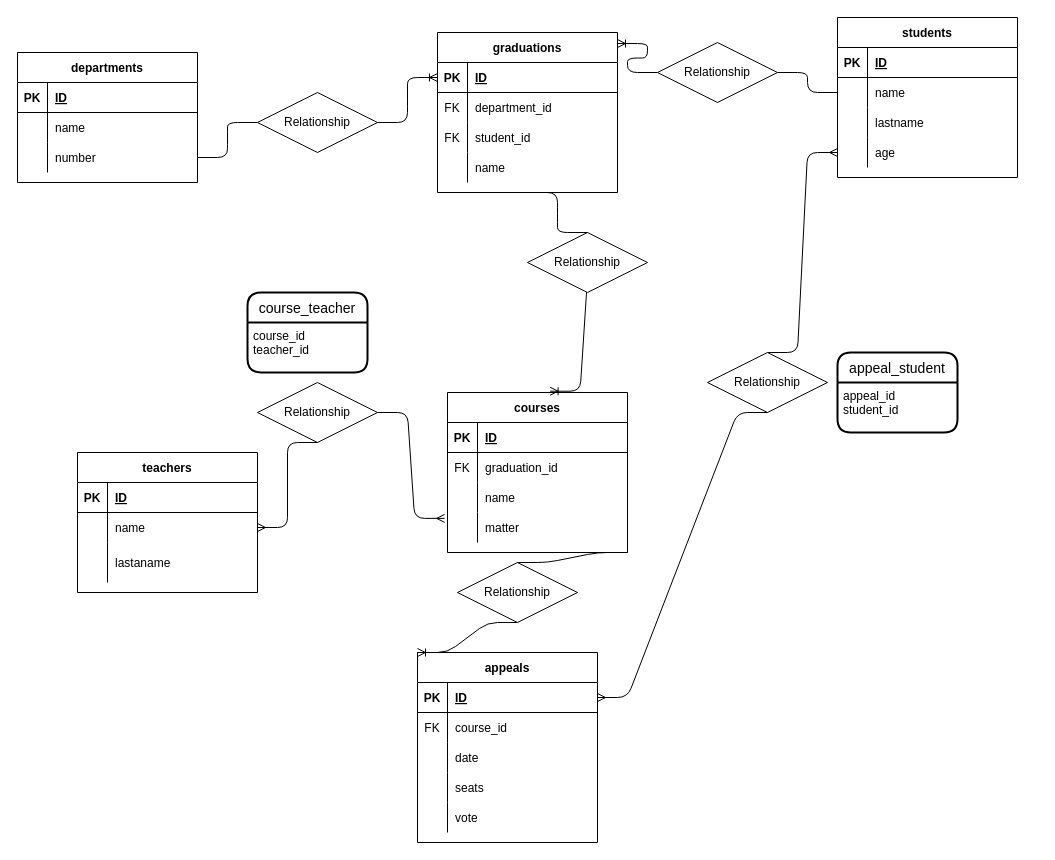
Earlier version of the draw.io diagram db-university.drawio (xXSamXx00/db-university). Source tidied: cells renumbered, new cells numbered last; positions are measured from the earlier drawing's top-left corner, leaving out a move shared by most shapes. Both pictures are drawn from the tidied source at 100%, with x=0, y=0 at pixel (17, 17).
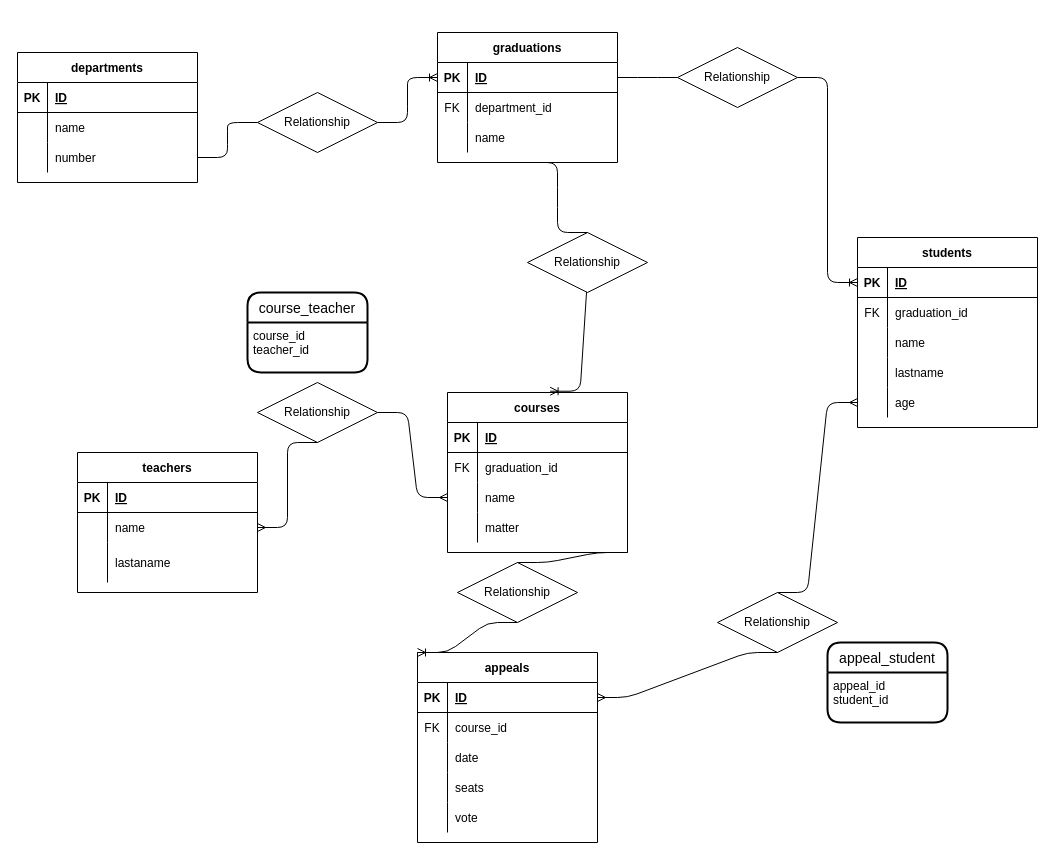
The same page after the edit.

Unchanged cells that the change refers to:
```xml
<mxCell id="13" style="shape=partialRectangle;fillColor=none;top=0;left=0;bottom=1;right=0;points=[[0,0.5],[1,0.5]];portConstraint=eastwest;" parent="12" vertex="1">
  <mxGeometry y="30" width="180" height="30" as="geometry" />
</mxCell>
<mxCell id="35" style="shape=partialRectangle;fillColor=none;top=0;left=0;bottom=0;right=0;points=[[0,0.5],[1,0.5]];portConstraint=eastwest;" parent="28" vertex="1">
  <mxGeometry y="90" width="180" height="30" as="geometry" />
</mxCell>
<mxCell id="38" style="shape=partialRectangle;fillColor=none;top=0;left=0;bottom=0;right=0;points=[[0,0.5],[1,0.5]];portConstraint=eastwest;" parent="28" vertex="1">
  <mxGeometry y="120" width="180" height="30" as="geometry" />
</mxCell>
<mxCell id="55" value="Relationship" style="shape=rhombus;perimeter=rhombusPerimeter;whiteSpace=wrap;html=1;align=center;" parent="1" vertex="1">
  <mxGeometry x="240" y="365" width="120" height="60" as="geometry" />
</mxCell>
<mxCell id="79" style="shape=partialRectangle;fillColor=none;top=0;left=0;bottom=1;right=0;points=[[0,0.5],[1,0.5]];portConstraint=eastwest;" parent="78" vertex="1">
  <mxGeometry y="30" width="180" height="30" as="geometry" />
</mxCell>
```

Diff of the diagram source:
```diff
@@
     <mxCell id="12" value="graduations" style="shape=table;startSize=30;childLayout=tableLayout;rowLines=0;fontStyle=1;align=center;" parent="1" vertex="1">
-      <mxGeometry x="420" y="15" width="180" height="160" as="geometry" />
+      <mxGeometry x="420" y="15" width="180" height="130" as="geometry" />
     </mxCell>
@@
-    <mxCell id="19" style="shape=partialRectangle;fillColor=none;top=0;left=0;bottom=0;right=0;" parent="12" vertex="1">
-      <mxGeometry y="90" width="180" height="30" as="geometry" />
-    </mxCell>
-    <mxCell id="20" value="FK" style="shape=partialRectangle;fillColor=none;top=0;left=0;bottom=0;right=0;overflow=hidden;" parent="19" vertex="1">
-      <mxGeometry width="30" height="30" as="geometry" />
-    </mxCell>
-    <mxCell id="21" value="student_id" style="shape=partialRectangle;fillColor=none;top=0;left=0;bottom=0;right=0;align=left;spacingLeft=6;overflow=hidden;" parent="19" vertex="1">
-      <mxGeometry x="30" width="150" height="30" as="geometry" />
-    </mxCell>
     <mxCell id="22" style="shape=partialRectangle;fillColor=none;top=0;left=0;bottom=0;right=0;" parent="12" vertex="1">
-      <mxGeometry y="120" width="180" height="30" as="geometry" />
+      <mxGeometry y="90" width="180" height="30" as="geometry" />
     </mxCell>
@@
-    <mxCell id="54" style="edgeStyle=entityRelationEdgeStyle;fontSize=12;html=1;endArrow=ERmany;startArrow=none;exitX=1;exitY=0.5;exitDx=0;exitDy=0;entryX=-0.016;entryY=0.196;entryDx=0;entryDy=0;entryPerimeter=0;" parent="1" edge="1" source="55" target="38">
+    <mxCell id="54" style="edgeStyle=entityRelationEdgeStyle;fontSize=12;html=1;endArrow=ERmany;startArrow=none;exitX=1;exitY=0.5;exitDx=0;exitDy=0;entryX=0;entryY=0.5;entryDx=0;entryDy=0;" parent="1" edge="1" source="55" target="35">
       <mxGeometry relative="1" as="geometry" />
     </mxCell>
@@
     <mxCell id="78" value="students" style="shape=table;startSize=30;childLayout=tableLayout;rowLines=0;fontStyle=1;align=center;" parent="1" vertex="1">
-      <mxGeometry x="820" width="180" height="160" as="geometry" />
+      <mxGeometry x="840" y="220" width="180" height="190" as="geometry" />
     </mxCell>
@@
+    <mxCell id="101" style="shape=partialRectangle;fillColor=none;top=0;left=0;bottom=0;right=0;" parent="78" vertex="1">
+      <mxGeometry y="60" width="180" height="30" as="geometry" />
+    </mxCell>
+    <mxCell id="20" value="FK" style="shape=partialRectangle;fillColor=none;top=0;left=0;bottom=0;right=0;overflow=hidden;" parent="101" vertex="1">
+      <mxGeometry width="30" height="30" as="geometry" />
+    </mxCell>
+    <mxCell id="102" value="graduation_id" style="shape=partialRectangle;fillColor=none;top=0;left=0;bottom=0;right=0;align=left;spacingLeft=6;overflow=hidden;" parent="101" vertex="1">
+      <mxGeometry x="30" width="150" height="30" as="geometry" />
+    </mxCell>
     <mxCell id="82" style="shape=partialRectangle;fillColor=none;top=0;left=0;bottom=0;right=0;points=[[0,0.5],[1,0.5]];portConstraint=eastwest;" parent="78" vertex="1">
-      <mxGeometry y="60" width="180" height="30" as="geometry" />
+      <mxGeometry y="90" width="180" height="30" as="geometry" />
     </mxCell>
@@
     <mxCell id="85" style="shape=partialRectangle;fillColor=none;top=0;left=0;bottom=0;right=0;" parent="78" vertex="1">
-      <mxGeometry y="90" width="180" height="30" as="geometry" />
+      <mxGeometry y="120" width="180" height="30" as="geometry" />
     </mxCell>
@@
     <mxCell id="88" style="shape=partialRectangle;fillColor=none;top=0;left=0;bottom=0;right=0;points=[[0,0.5],[1,0.5]];portConstraint=eastwest;" parent="78" vertex="1">
-      <mxGeometry y="120" width="180" height="30" as="geometry" />
+      <mxGeometry y="150" width="180" height="30" as="geometry" />
     </mxCell>
@@
-    <mxCell id="91" style="edgeStyle=entityRelationEdgeStyle;fontSize=12;html=1;endArrow=ERoneToMany;entryX=1;entryY=0.069;entryDx=0;entryDy=0;exitX=0;exitY=0.5;exitDx=0;exitDy=0;entryPerimeter=0;startArrow=none;" parent="1" edge="1" source="92" target="12">
-      <mxGeometry relative="1" as="geometry" />
-    </mxCell>
-    <mxCell id="92" value="Relationship" style="shape=rhombus;perimeter=rhombusPerimeter;whiteSpace=wrap;html=1;align=center;" parent="1" vertex="1">
-      <mxGeometry x="640" y="25" width="120" height="60" as="geometry" />
-    </mxCell>
-    <mxCell id="93" style="edgeStyle=entityRelationEdgeStyle;fontSize=12;html=1;endArrow=none;entryX=1;entryY=0.5;entryDx=0;entryDy=0;exitX=0;exitY=0.5;exitDx=0;exitDy=0;" parent="1" edge="1" source="82" target="92">
-      <mxGeometry relative="1" as="geometry" />
-    </mxCell>
@@
     <mxCell id="95" value="Relationship" style="shape=rhombus;perimeter=rhombusPerimeter;whiteSpace=wrap;html=1;align=center;" parent="1" vertex="1">
-      <mxGeometry x="690" y="335" width="120" height="60" as="geometry" />
+      <mxGeometry x="700" y="575" width="120" height="60" as="geometry" />
     </mxCell>
@@
     <mxCell id="97" value="appeal_student" style="swimlane;horizontal=1;startSize=30;rounded=1;fontSize=14;fontStyle=0;strokeWidth=2;shadow=0;dashed=0;align=center;" parent="1" vertex="1">
-      <mxGeometry x="820" y="335" width="120" height="80" as="geometry" />
+      <mxGeometry x="810" y="625" width="120" height="80" as="geometry" />
     </mxCell>
@@
+    <mxCell id="103" style="edgeStyle=entityRelationEdgeStyle;fontSize=12;html=1;endArrow=ERoneToMany;entryX=0;entryY=0.5;entryDx=0;entryDy=0;exitX=1;exitY=0.5;exitDx=0;exitDy=0;startArrow=none;" parent="1" edge="1" source="92" target="79">
+      <mxGeometry relative="1" as="geometry" />
+    </mxCell>
+    <mxCell id="92" value="Relationship" style="shape=rhombus;perimeter=rhombusPerimeter;whiteSpace=wrap;html=1;align=center;" parent="1" vertex="1">
+      <mxGeometry x="660" y="30" width="120" height="60" as="geometry" />
+    </mxCell>
+    <mxCell id="104" style="edgeStyle=entityRelationEdgeStyle;fontSize=12;html=1;endArrow=none;entryX=0;entryY=0.5;entryDx=0;entryDy=0;exitX=1;exitY=0.5;exitDx=0;exitDy=0;" parent="1" edge="1" source="13" target="92">
+      <mxGeometry relative="1" as="geometry" />
+    </mxCell>
```
